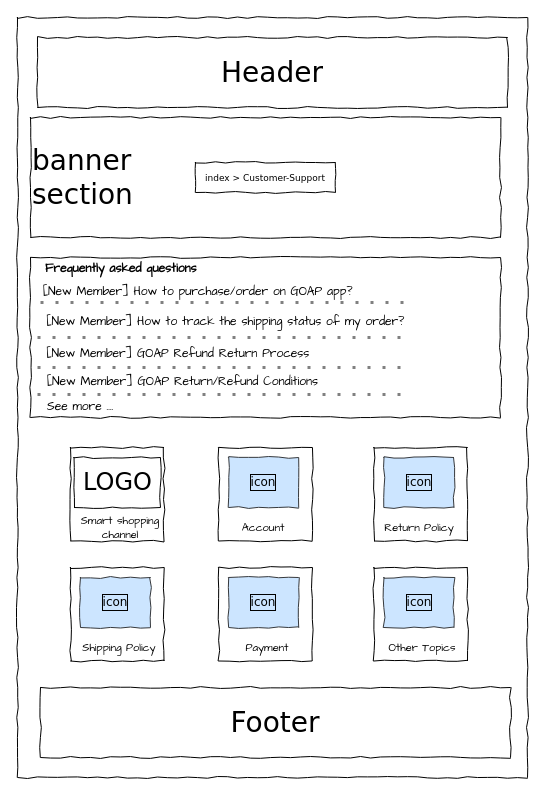
Above: page "Customer-Support" (2 of 6) of 3. Applications/1. Design (UI-UX)/1. Wireframe/Yuki-wireframe.drawio in XiaoYuki2010/Classroom-GSS0123 (draw.io), before the change. Source tidied: cells renumbered, new cells numbered last; positions are measured from the earlier drawing's top-left corner, leaving out a move shared by most shapes. Both pictures are drawn from the tidied source at 100%, with x=0, y=0 at pixel (17, 17).
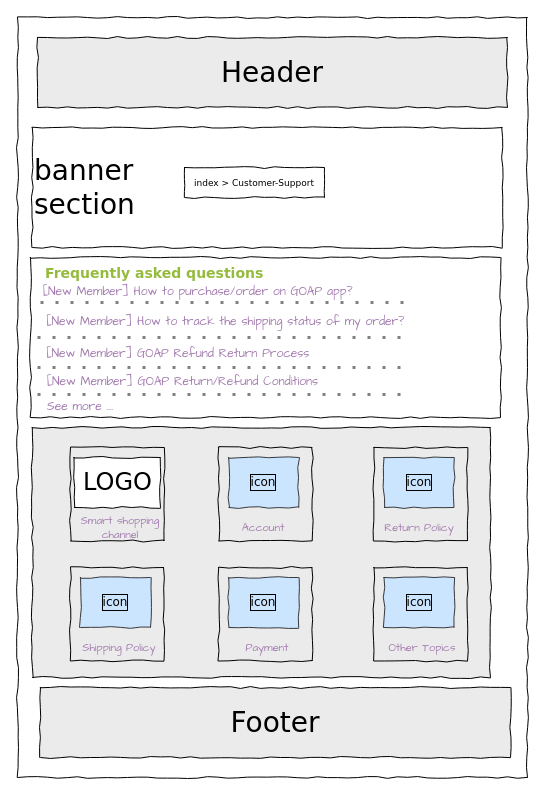
After the change.

The change refers to these unchanged cells:
```xml
<mxCell id="17" style="whiteSpace=wrap;html=1;rounded=0;shadow=0;glass=0;labelBackgroundColor=none;labelBorderColor=default;sketch=0;hachureGap=4;jiggle=2;curveFitting=1;strokeColor=#000000;strokeWidth=1;fontFamily=Verdana;fontSize=12;fontColor=#000000;fillColor=none;comic=1;" parent="1" vertex="1">
  <mxGeometry x="356.5" y="430" width="93.5" height="93.5" as="geometry" />
</mxCell>
```

The edit, as a diff of the source:
```diff
@@
-    <mxCell id="3" value="Header" style="whiteSpace=wrap;html=1;rounded=0;shadow=0;labelBackgroundColor=none;strokeWidth=1;fontFamily=Verdana;fontSize=28;align=center;comic=1;" parent="1" vertex="1">
+    <mxCell id="3" value="Header" style="whiteSpace=wrap;html=1;rounded=0;shadow=0;labelBackgroundColor=none;strokeWidth=1;fontFamily=Verdana;fontSize=28;align=center;comic=1;fillColor=#ebebeb;" parent="1" vertex="1">
       <mxGeometry x="20" y="20" width="470" height="70" as="geometry" />
     </mxCell>
-    <mxCell id="4" value="Footer" style="whiteSpace=wrap;html=1;rounded=0;shadow=0;labelBackgroundColor=none;strokeWidth=1;fontFamily=Verdana;fontSize=28;align=center;comic=1;" parent="1" vertex="1">
+    <mxCell id="4" value="Footer" style="whiteSpace=wrap;html=1;rounded=0;shadow=0;labelBackgroundColor=none;strokeWidth=1;fontFamily=Verdana;fontSize=28;align=center;comic=1;fillColor=#ebebeb;" parent="1" vertex="1">
       <mxGeometry x="23" y="670" width="470" height="70" as="geometry" />
     </mxCell>
-    <mxCell id="5" value="banner &lt;br&gt;section" style="whiteSpace=wrap;html=1;rounded=0;shadow=0;labelBackgroundColor=none;strokeWidth=1;fontFamily=Verdana;fontSize=28;align=left;comic=1;glass=0;" parent="1" vertex="1">
-      <mxGeometry x="13" y="100" width="470" height="120" as="geometry" />
+    <mxCell id="5" style="whiteSpace=wrap;html=1;rounded=0;shadow=0;labelBackgroundColor=none;strokeWidth=1;fontFamily=Verdana;fontSize=28;align=left;comic=1;glass=0;fillColor=#ebebeb;" parent="1" vertex="1">
+      <mxGeometry x="14.8" y="410" width="458.2" height="250" as="geometry" />
     </mxCell>
-    <mxCell id="6" value="&lt;br style=&quot;font-size: 9px;&quot;&gt;index &amp;gt; Customer-Support" style="whiteSpace=wrap;rounded=0;shadow=0;labelBackgroundColor=none;strokeWidth=1;fontFamily=Verdana;fontSize=9;align=center;comic=1;verticalAlign=middle;html=1;spacing=0;spacingTop=-11;" parent="1" vertex="1">
-      <mxGeometry x="178" y="145" width="140" height="30" as="geometry" />
-    </mxCell>
@@
-    <mxCell id="8" value="Frequently asked questions" style="text;fontColor=default;verticalAlign=middle;spacingLeft=13;fontSize=12;fontFamily=Architects Daughter;fontStyle=1;" parent="1" vertex="1">
-      <mxGeometry x="13" y="230" width="370" height="40" as="geometry" />
+    <mxCell id="8" value="Frequently asked questions" style="text;fontColor=#95bb3d;verticalAlign=top;spacingLeft=13;fontSize=14;fontFamily=Verdana;fontStyle=1;spacingTop=-4;" parent="1" vertex="1">
+      <mxGeometry x="13" y="245" width="370" height="40" as="geometry" />
     </mxCell>
@@
-    <mxCell id="10" value="[New Member] How to track the shipping status of my order?" style="text;fontColor=default;fontSize=12;verticalAlign=middle;strokeColor=none;fillColor=none;fontFamily=Architects Daughter;" parent="1" vertex="1">
+    <mxCell id="10" value="[New Member] How to track the shipping status of my order?" style="text;fontColor=#a47cb0;fontSize=12;verticalAlign=middle;strokeColor=none;fillColor=none;fontFamily=Architects Daughter;" parent="1" vertex="1">
       <mxGeometry x="27.5" y="290" width="419" height="25" as="geometry" />
     </mxCell>
-    <mxCell id="11" value="[New Member] GOAP Refund Return Process" style="text;fontColor=default;fontSize=12;verticalAlign=middle;strokeColor=none;fillColor=none;fontFamily=Architects Daughter;" parent="1" vertex="1">
+    <mxCell id="11" value="[New Member] GOAP Refund Return Process" style="text;fontColor=#a47cb0;fontSize=12;verticalAlign=middle;strokeColor=none;fillColor=none;fontFamily=Architects Daughter;" parent="1" vertex="1">
       <mxGeometry x="27.5" y="325" width="419" height="20" as="geometry" />
     </mxCell>
-    <mxCell id="12" value="[New Member] GOAP Return/Refund Conditions" style="text;fontColor=default;fontSize=12;verticalAlign=middle;strokeColor=none;fillColor=none;fontFamily=Architects Daughter;whiteSpace=wrap;" parent="1" vertex="1">
+    <mxCell id="12" value="[New Member] GOAP Return/Refund Conditions" style="text;fontColor=#a47cb0;fontSize=12;verticalAlign=middle;strokeColor=none;fillColor=none;fontFamily=Architects Daughter;whiteSpace=wrap;" parent="1" vertex="1">
       <mxGeometry x="27.5" y="355" width="419" height="19" as="geometry" />
     </mxCell>
@@
-    <mxCell id="16" value="See more ...." style="text;fontColor=default;fontSize=12;verticalAlign=middle;strokeColor=none;fillColor=none;fontFamily=Architects Daughter;whiteSpace=wrap;" parent="1" vertex="1">
+    <mxCell id="16" value="See more ...." style="text;fontColor=#a47cb0;fontSize=12;verticalAlign=middle;strokeColor=none;fillColor=none;fontFamily=Architects Daughter;whiteSpace=wrap;" parent="1" vertex="1">
       <mxGeometry x="27.5" y="380" width="419" height="20" as="geometry" />
     </mxCell>
+    <mxCell id="36" style="edgeStyle=orthogonalEdgeStyle;rounded=0;jettySize=auto;html=1;exitX=0;exitY=0.75;exitDx=0;exitDy=0;entryX=0;entryY=0;entryDx=0;entryDy=0;fontColor=#a47cb0;" parent="1" edge="1" source="17" target="19">
+      <mxGeometry relative="1" as="geometry" />
+    </mxCell>
@@
-    <mxCell id="19" value="Return Policy" style="text;html=1;strokeColor=none;fillColor=none;align=center;verticalAlign=middle;whiteSpace=wrap;rounded=0;fontSize=11;fontFamily=Architects Daughter;fontColor=default;" parent="1" vertex="1">
+    <mxCell id="19" value="Return Policy" style="text;html=1;strokeColor=none;fillColor=none;align=center;verticalAlign=middle;whiteSpace=wrap;rounded=0;fontSize=11;fontFamily=Architects Daughter;fontColor=#a47cb0;" parent="1" vertex="1">
       <mxGeometry x="356.5" y="500" width="90" height="20" as="geometry" />
     </mxCell>
-    <mxCell id="20" value="[New Member] How to purchase/order on GOAP app?" style="text;fontColor=default;fontSize=12;verticalAlign=middle;strokeColor=none;fillColor=none;fontFamily=Architects Daughter;" parent="1" vertex="1">
+    <mxCell id="20" value="[New Member] How to purchase/order on GOAP app?" style="text;fontColor=#a47cb0;fontSize=12;verticalAlign=middle;strokeColor=none;fillColor=none;fontFamily=Architects Daughter;" parent="1" vertex="1">
       <mxGeometry x="24" y="260" width="419" height="25" as="geometry" />
     </mxCell>
@@
-    <mxCell id="23" value="Other Topics" style="text;html=1;strokeColor=none;fillColor=none;align=center;verticalAlign=middle;whiteSpace=wrap;rounded=0;fontSize=11;fontFamily=Architects Daughter;fontColor=default;" parent="1" vertex="1">
+    <mxCell id="23" value="Other Topics" style="text;html=1;strokeColor=none;fillColor=none;align=center;verticalAlign=middle;whiteSpace=wrap;rounded=0;fontSize=11;fontFamily=Architects Daughter;fontColor=#a47cb0;" parent="1" vertex="1">
       <mxGeometry x="360" y="620" width="90" height="20" as="geometry" />
     </mxCell>
@@
-    <mxCell id="26" value="Account" style="text;html=1;strokeColor=none;fillColor=none;align=center;verticalAlign=middle;whiteSpace=wrap;rounded=0;fontSize=11;fontFamily=Architects Daughter;fontColor=default;" parent="1" vertex="1">
+    <mxCell id="26" value="Account" style="text;html=1;strokeColor=none;fillColor=none;align=center;verticalAlign=middle;whiteSpace=wrap;rounded=0;fontSize=11;fontFamily=Architects Daughter;fontColor=#a47cb0;" parent="1" vertex="1">
       <mxGeometry x="201.2" y="500" width="90" height="20" as="geometry" />
     </mxCell>
@@
-    <mxCell id="29" value="Payment" style="text;html=1;strokeColor=none;fillColor=none;align=center;verticalAlign=middle;whiteSpace=wrap;rounded=0;fontSize=11;fontFamily=Architects Daughter;fontColor=default;" parent="1" vertex="1">
+    <mxCell id="29" value="Payment" style="text;html=1;strokeColor=none;fillColor=none;align=center;verticalAlign=middle;whiteSpace=wrap;rounded=0;fontSize=11;fontFamily=Architects Daughter;fontColor=#a47cb0;" parent="1" vertex="1">
       <mxGeometry x="204.8" y="620" width="90" height="20" as="geometry" />
     </mxCell>
@@
-    <mxCell id="31" value="Smart shopping channel" style="text;html=1;strokeColor=none;fillColor=none;align=center;verticalAlign=middle;whiteSpace=wrap;rounded=0;fontSize=11;fontFamily=Architects Daughter;fontColor=default;" parent="1" vertex="1">
+    <mxCell id="31" value="Smart shopping channel" style="text;html=1;strokeColor=none;fillColor=none;align=center;verticalAlign=middle;whiteSpace=wrap;rounded=0;fontSize=11;fontFamily=Architects Daughter;fontColor=#a47cb0;" parent="1" vertex="1">
       <mxGeometry x="43" y="500" width="120" height="20" as="geometry" />
     </mxCell>
@@
-    <mxCell id="34" value="Shipping Policy" style="text;html=1;strokeColor=none;fillColor=none;align=center;verticalAlign=middle;whiteSpace=wrap;rounded=0;fontSize=11;fontFamily=Architects Daughter;fontColor=default;" parent="1" vertex="1">
+    <mxCell id="34" value="Shipping Policy" style="text;html=1;strokeColor=none;fillColor=none;align=center;verticalAlign=middle;whiteSpace=wrap;rounded=0;fontSize=11;fontFamily=Architects Daughter;fontColor=#a47cb0;" parent="1" vertex="1">
       <mxGeometry x="56.5" y="620" width="90" height="20" as="geometry" />
     </mxCell>
@@
+    <mxCell id="37" value="banner &lt;br&gt;section" style="whiteSpace=wrap;html=1;rounded=0;shadow=0;labelBackgroundColor=none;strokeWidth=1;fontFamily=Verdana;fontSize=28;align=left;comic=1;glass=0;" parent="1" vertex="1">
+      <mxGeometry x="14.8" y="110" width="470" height="120" as="geometry" />
+    </mxCell>
+    <mxCell id="6" value="&lt;br style=&quot;font-size: 9px;&quot;&gt;index &amp;gt; Customer-Support" style="whiteSpace=wrap;rounded=0;shadow=0;labelBackgroundColor=none;strokeWidth=1;fontFamily=Verdana;fontSize=9;align=center;comic=1;verticalAlign=middle;html=1;spacing=0;spacingTop=-11;" parent="1" vertex="1">
+      <mxGeometry x="167" y="150" width="140" height="30" as="geometry" />
+    </mxCell>
```
